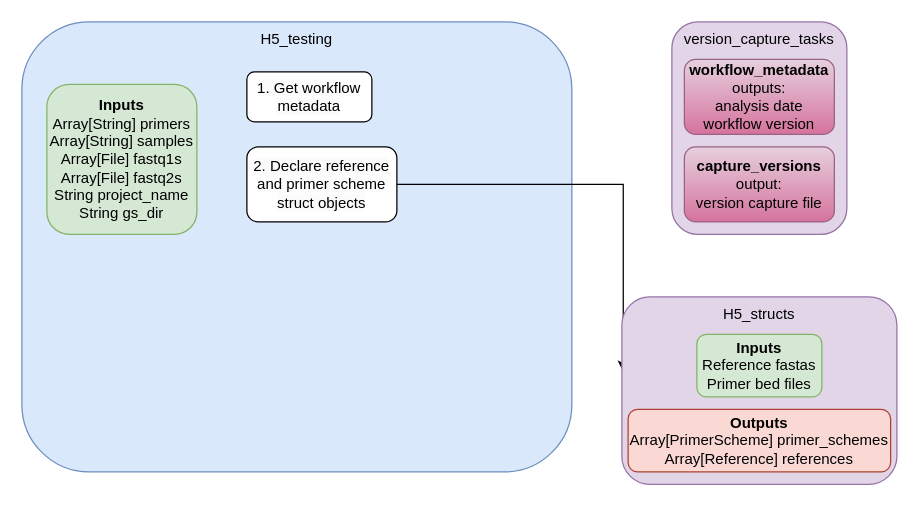
The draw.io diagram flowchart.drawio in CDPHE-bioinformatics/CDPHE-H5-influenza, before the edit. Source tidied: cells renumbered, new cells numbered last; positions are measured from the earlier drawing's top-left corner, leaving out a move shared by most shapes. Both pictures are drawn from the tidied source at 125%, with x=0, y=0 at pixel (21, 21).
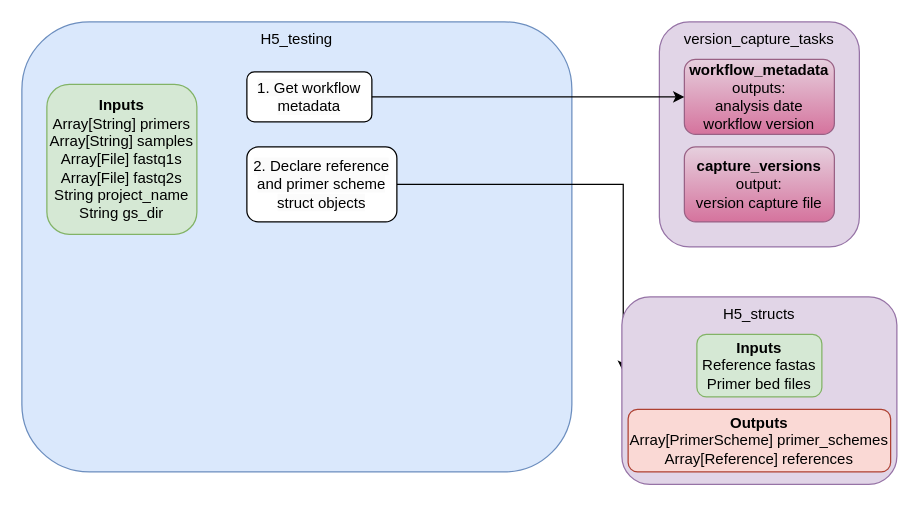
After the change.

The edit, as a diff of the source:
```diff
@@
 <mxGraphModel>
   <root>
     <mxCell id="0" />
     <mxCell id="1" parent="0" />
     <mxCell id="2" value="&lt;div style=&quot;&quot;&gt;&lt;span style=&quot;background-color: initial;&quot;&gt;H5_testing&lt;/span&gt;&lt;/div&gt;" style="rounded=1;whiteSpace=wrap;html=1;align=center;horizontal=1;verticalAlign=top;fillColor=#dae8fc;strokeColor=#6c8ebf;" parent="1" vertex="1">
       <mxGeometry width="440" height="360" as="geometry" />
     </mxCell>
     <mxCell id="3" value="&lt;div style=&quot;&quot;&gt;&lt;b style=&quot;background-color: initial;&quot;&gt;Inputs&lt;/b&gt;&lt;/div&gt;&lt;div&gt;&lt;div&gt;Array[String] primers&lt;/div&gt;&lt;div&gt;Array[String] samples&lt;/div&gt;&lt;div&gt;Array[File] fastq1s&lt;/div&gt;&lt;div&gt;Array[File] fastq2s&lt;/div&gt;&lt;div&gt;String project_name&lt;/div&gt;&lt;div&gt;String gs_dir&lt;/div&gt;&lt;/div&gt;" style="rounded=1;whiteSpace=wrap;html=1;verticalAlign=middle;align=center;fillColor=#d5e8d4;strokeColor=#82b366;" parent="1" vertex="1">
       <mxGeometry x="20" y="50" width="120" height="120" as="geometry" />
     </mxCell>
     <mxCell id="4" style="edgeStyle=orthogonalEdgeStyle;rounded=0;jettySize=auto;html=1;entryX=0.005;entryY=0.4;entryDx=0;entryDy=0;entryPerimeter=0;exitX=1;exitY=0.5;exitDx=0;exitDy=0;" parent="1" edge="1" source="6" target="8">
       <mxGeometry relative="1" as="geometry" />
     </mxCell>
     <mxCell id="5" value="&lt;span style=&quot;color: rgb(0, 0, 0); font-family: Helvetica; font-size: 12px; font-style: normal; font-variant-ligatures: normal; font-variant-caps: normal; font-weight: 400; letter-spacing: normal; orphans: 2; text-align: center; text-indent: 0px; text-transform: none; widows: 2; word-spacing: 0px; -webkit-text-stroke-width: 0px; white-space: normal; background-color: rgb(251, 251, 251); text-decoration-thickness: initial; text-decoration-style: initial; text-decoration-color: initial; display: inline !important; float: none;&quot;&gt;1. Get workflow metadata&lt;/span&gt;" style="rounded=1;whiteSpace=wrap;html=1;" parent="1" vertex="1">
       <mxGeometry x="180" y="40" width="100" height="40" as="geometry" />
     </mxCell>
     <mxCell id="6" value="&lt;br&gt;&lt;span style=&quot;color: rgb(0, 0, 0); font-family: Helvetica; font-size: 12px; font-style: normal; font-variant-ligatures: normal; font-variant-caps: normal; font-weight: 400; letter-spacing: normal; orphans: 2; text-align: center; text-indent: 0px; text-transform: none; widows: 2; word-spacing: 0px; -webkit-text-stroke-width: 0px; white-space: normal; background-color: rgb(251, 251, 251); text-decoration-thickness: initial; text-decoration-style: initial; text-decoration-color: initial; display: inline !important; float: none;&quot;&gt;2. Declare reference and primer scheme struct objects&lt;/span&gt;&lt;div&gt;&lt;br/&gt;&lt;/div&gt;" style="rounded=1;whiteSpace=wrap;html=1;" parent="1" vertex="1">
       <mxGeometry x="180" y="100" width="120" height="60" as="geometry" />
     </mxCell>
     <mxCell id="7" style="group;" parent="1" vertex="1">
       <mxGeometry x="480" y="220" width="220" height="150" as="geometry" />
     </mxCell>
     <mxCell id="8" value="H5_structs" style="rounded=1;whiteSpace=wrap;html=1;verticalAlign=top;fillColor=#e1d5e7;strokeColor=#9673a6;" parent="7" vertex="1">
       <mxGeometry width="220" height="150" as="geometry" />
     </mxCell>
     <mxCell id="9" value="&lt;div style=&quot;&quot;&gt;&lt;b style=&quot;background-color: initial;&quot;&gt;Inputs&lt;/b&gt;&lt;/div&gt;&lt;div&gt;&lt;div&gt;Reference fastas&lt;/div&gt;&lt;/div&gt;&lt;div&gt;Primer bed files&lt;/div&gt;" style="rounded=1;whiteSpace=wrap;html=1;verticalAlign=middle;align=center;fillColor=#d5e8d4;strokeColor=#82b366;" parent="7" vertex="1">
       <mxGeometry x="60" y="30" width="100" height="50" as="geometry" />
     </mxCell>
     <mxCell id="10" value="&lt;div style=&quot;&quot;&gt;&lt;b style=&quot;background-color: initial;&quot;&gt;Outputs&lt;/b&gt;&lt;/div&gt;&lt;div&gt;Array[PrimerScheme] primer_schemes&lt;br&gt;&lt;/div&gt;&lt;div&gt;Array[Reference] references&lt;br&gt;&lt;/div&gt;" style="rounded=1;whiteSpace=wrap;html=1;verticalAlign=middle;align=center;fillColor=#fad9d5;strokeColor=#ae4132;" parent="7" vertex="1">
       <mxGeometry x="5" y="90" width="210" height="50" as="geometry" />
     </mxCell>
     <mxCell id="11" style="edgeStyle=orthogonalEdgeStyle;rounded=0;orthogonalLoop=1;jettySize=auto;html=1;exitX=0.5;exitY=1;exitDx=0;exitDy=0;" parent="7" edge="1" source="9" target="9">
       <mxGeometry relative="1" as="geometry" />
     </mxCell>
-    <mxCell id="12" style="group;" parent="1" vertex="1">
-      <mxGeometry x="520" width="140" height="170" as="geometry" />
-    </mxCell>
+    <mxCell id="16" style="group;" parent="1" vertex="1">
+      <mxGeometry x="510" width="160" height="180" as="geometry" />
+    </mxCell>
-    <mxCell id="13" value="version_capture_tasks" style="rounded=1;whiteSpace=wrap;html=1;verticalAlign=top;fillColor=#e1d5e7;strokeColor=#9673a6;" parent="12" vertex="1">
-      <mxGeometry width="140" height="170" as="geometry" />
+    <mxCell id="13" value="version_capture_tasks" style="rounded=1;whiteSpace=wrap;html=1;verticalAlign=top;fillColor=#e1d5e7;strokeColor=#9673a6;" parent="16" vertex="1">
+      <mxGeometry width="160" height="180" as="geometry" />
     </mxCell>
-    <mxCell id="14" value="&lt;b&gt;workflow_metadata&lt;/b&gt;&lt;div&gt;outputs:&lt;/div&gt;&lt;div&gt;analysis date&lt;/div&gt;&lt;div&gt;workflow version&lt;/div&gt;" style="rounded=1;whiteSpace=wrap;html=1;fillColor=#e6d0de;gradientColor=#d5739d;strokeColor=#996185;" parent="12" vertex="1">
-      <mxGeometry x="10" y="30" width="120" height="60" as="geometry" />
+    <mxCell id="14" value="&lt;b&gt;workflow_metadata&lt;/b&gt;&lt;div&gt;outputs:&lt;/div&gt;&lt;div&gt;analysis date&lt;/div&gt;&lt;div&gt;workflow version&lt;/div&gt;" style="rounded=1;whiteSpace=wrap;html=1;fillColor=#e6d0de;gradientColor=#d5739d;strokeColor=#996185;" parent="16" vertex="1">
+      <mxGeometry x="20" y="30" width="120" height="60" as="geometry" />
     </mxCell>
-    <mxCell id="15" value="&lt;b&gt;capture_versions&lt;/b&gt;&lt;div&gt;output:&lt;/div&gt;&lt;div&gt;version capture file&lt;/div&gt;" style="rounded=1;whiteSpace=wrap;html=1;fillColor=#e6d0de;gradientColor=#d5739d;strokeColor=#996185;" parent="12" vertex="1">
-      <mxGeometry x="10" y="100" width="120" height="60" as="geometry" />
+    <mxCell id="15" value="&lt;b&gt;capture_versions&lt;/b&gt;&lt;div&gt;output:&lt;/div&gt;&lt;div&gt;version capture file&lt;/div&gt;" style="rounded=1;whiteSpace=wrap;html=1;fillColor=#e6d0de;gradientColor=#d5739d;strokeColor=#996185;" parent="16" vertex="1">
+      <mxGeometry x="20" y="100" width="120" height="60" as="geometry" />
     </mxCell>
+    <mxCell id="17" style="edgeStyle=orthogonalEdgeStyle;rounded=0;jettySize=auto;html=1;exitX=1;exitY=0.5;exitDx=0;exitDy=0;entryX=0;entryY=0.5;entryDx=0;entryDy=0;" parent="1" edge="1" source="5" target="14">
+      <mxGeometry relative="1" as="geometry" />
+    </mxCell>
   </root>
 </mxGraphModel>
```
